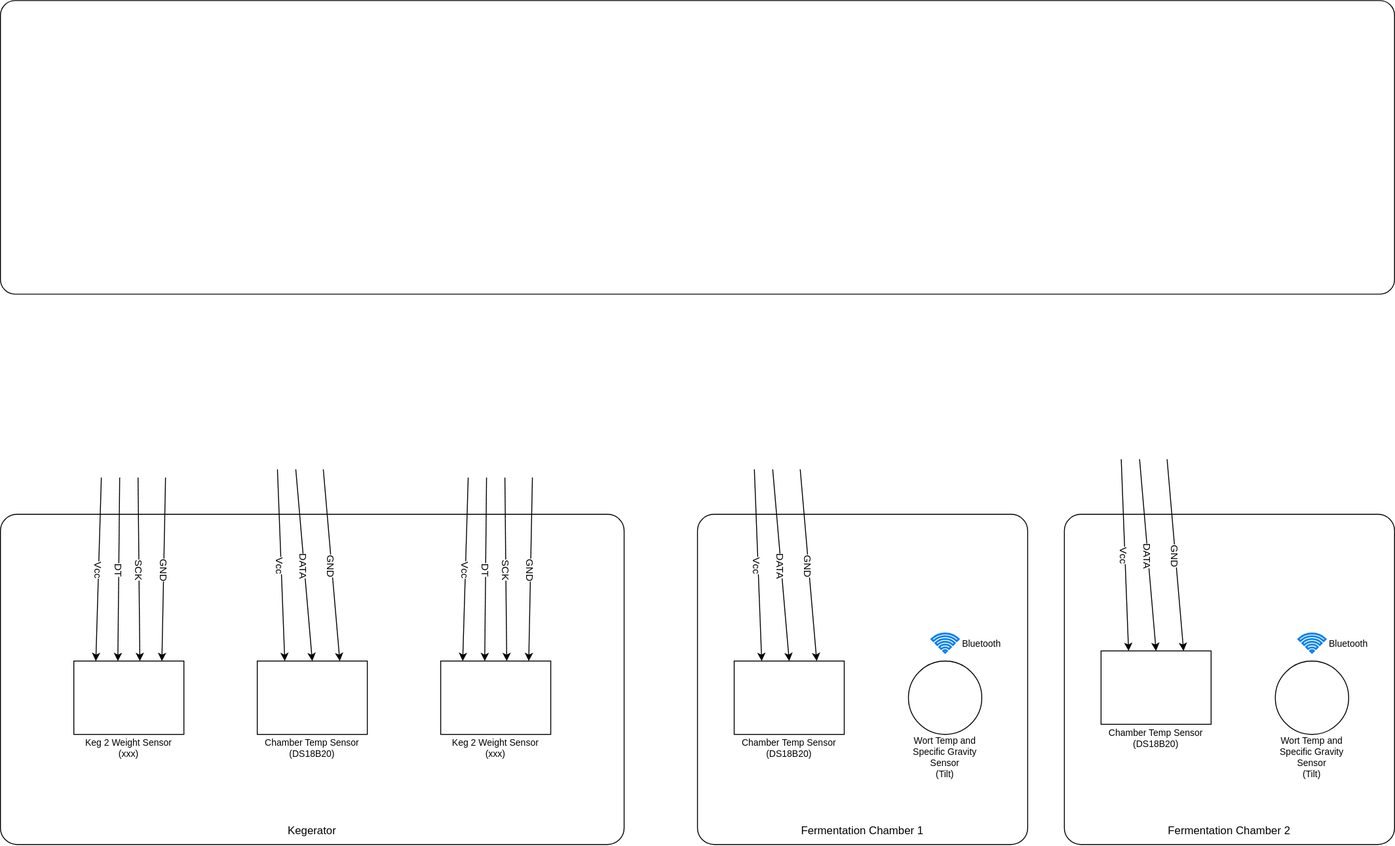
This is BreweryMonitor.drawio.svg from austinshinkle/OB_BreweryMonitor, a draw.io export, as it was before one commit. Source tidied: cells renumbered, new cells last; positions are measured from the earlier drawing's top-left corner, leaving out a move shared by most shapes.
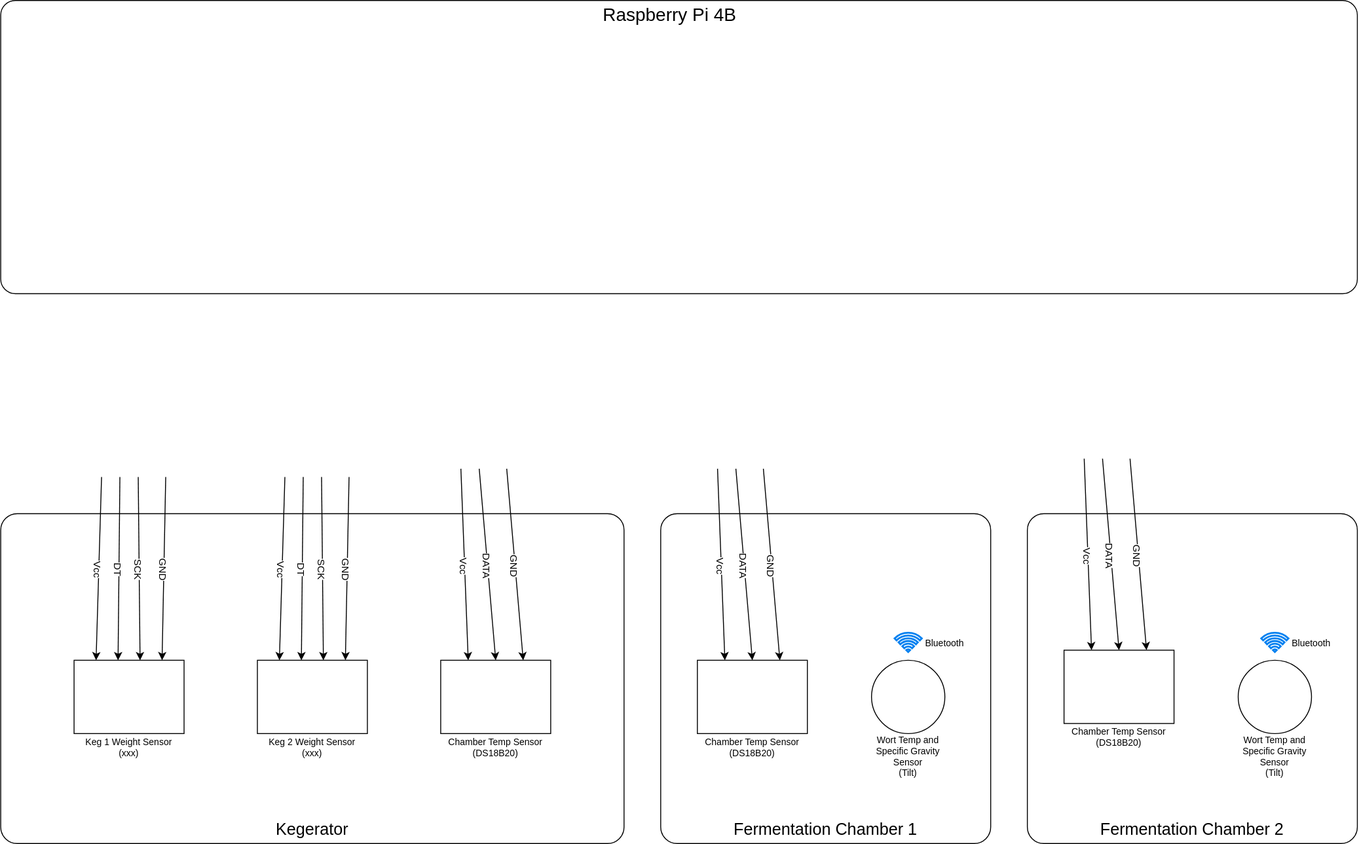
Above is the later version.

Change to the diagram source:
```diff
@@ -3,19 +3,19 @@
     <mxCell id="0" />
     <mxCell id="1" parent="0" />
     <mxCell id="2" style="rounded=1;whiteSpace=wrap;html=1;arcSize=5;" parent="1" vertex="1">
-      <mxGeometry y="560" width="680" height="360" as="geometry" />
+      <mxGeometry x="40" y="560" width="680" height="360" as="geometry" />
     </mxCell>
     <mxCell id="3" style="rounded=1;whiteSpace=wrap;html=1;arcSize=5;" parent="1" vertex="1">
       <mxGeometry x="1160" y="560" width="360" height="360" as="geometry" />
     </mxCell>
-    <mxCell id="4" value="Fermentation Chamber 2" style="text;html=1;align=center;verticalAlign=middle;whiteSpace=wrap;rounded=0;" parent="1" vertex="1">
+    <mxCell id="4" value="Fermentation Chamber 2" style="text;html=1;align=center;verticalAlign=middle;whiteSpace=wrap;rounded=0;fontSize=18;" parent="1" vertex="1">
       <mxGeometry x="1230" y="890" width="220" height="30" as="geometry" />
     </mxCell>
     <mxCell id="5" style="rounded=0;whiteSpace=wrap;html=1;points=[[0,0,0,0,0],[0,0.25,0,0,0],[0,0.5,0,0,0],[0,0.75,0,0,0],[0,1,0,0,0],[0.2,0,0,0,0],[0.25,1,0,0,0],[0.4,0,0,0,0],[0.5,1,0,0,0],[0.6,0,0,0,0],[0.75,1,0,0,0],[0.8,0,0,0,0],[1,0,0,0,0],[1,0.25,0,0,0],[1,0.5,0,0,0],[1,0.75,0,0,0],[1,1,0,0,0]];" parent="1" vertex="1">
-      <mxGeometry x="480" y="720" width="120" height="80" as="geometry" />
+      <mxGeometry x="320" y="720" width="120" height="80" as="geometry" />
     </mxCell>
     <mxCell id="6" value="&lt;div&gt;Keg 2 Weight Sensor&lt;/div&gt;&lt;div&gt;(xxx)&lt;br&gt;&lt;/div&gt;" style="text;html=1;align=center;verticalAlign=middle;whiteSpace=wrap;rounded=0;fontSize=10;" parent="1" vertex="1">
-      <mxGeometry x="480" y="800" width="120" height="30" as="geometry" />
+      <mxGeometry x="320" y="800" width="120" height="30" as="geometry" />
     </mxCell>
     <mxCell id="7" style="ellipse;whiteSpace=wrap;html=1;" parent="1" vertex="1">
       <mxGeometry x="1390" y="720" width="80" height="80" as="geometry" />
@@ -31,7 +31,7 @@
     </mxCell>
     <mxCell id="11" style="endArrow=classic;html=1;rounded=0;entryX=0.2;entryY=0;entryDx=0;entryDy=0;entryPerimeter=0;" parent="1" edge="1" target="5">
       <mxGeometry relative="1" as="geometry">
-        <mxPoint x="510" y="520" as="sourcePoint" />
+        <mxPoint x="350" y="520" as="sourcePoint" />
       </mxGeometry>
     </mxCell>
     <mxCell id="12" value="Vcc" style="edgeLabel;html=1;align=center;verticalAlign=middle;rotation=90;" parent="11" vertex="1">
@@ -39,7 +39,7 @@
     </mxCell>
     <mxCell id="13" style="endArrow=classic;html=1;rounded=0;entryX=0.8;entryY=0;entryDx=0;entryDy=0;entryPerimeter=0;" parent="1" edge="1" target="5">
       <mxGeometry relative="1" as="geometry">
-        <mxPoint x="580" y="520" as="sourcePoint" />
+        <mxPoint x="420" y="520" as="sourcePoint" />
       </mxGeometry>
     </mxCell>
     <mxCell id="14" value="GND" style="edgeLabel;html=1;align=center;verticalAlign=middle;rotation=90;" parent="13" vertex="1">
@@ -47,7 +47,7 @@
     </mxCell>
     <mxCell id="15" style="endArrow=classic;html=1;rounded=0;entryX=0.4;entryY=0;entryDx=0;entryDy=0;entryPerimeter=0;" parent="1" edge="1" target="5">
       <mxGeometry relative="1" as="geometry">
-        <mxPoint x="530" y="520" as="sourcePoint" />
+        <mxPoint x="370" y="520" as="sourcePoint" />
       </mxGeometry>
     </mxCell>
     <mxCell id="16" value="DT" style="edgeLabel;html=1;align=center;verticalAlign=middle;rotation=90;" parent="15" vertex="1">
@@ -55,7 +55,7 @@
     </mxCell>
     <mxCell id="17" style="endArrow=classic;html=1;rounded=0;entryX=0.6;entryY=0;entryDx=0;entryDy=0;entryPerimeter=0;" parent="1" edge="1" target="5">
       <mxGeometry relative="1" as="geometry">
-        <mxPoint x="550" y="520" as="sourcePoint" />
+        <mxPoint x="390" y="520" as="sourcePoint" />
       </mxGeometry>
     </mxCell>
     <mxCell id="18" value="SCK" style="edgeLabel;html=1;align=center;verticalAlign=middle;rotation=90;" parent="17" vertex="1">
@@ -64,11 +64,11 @@
     <mxCell id="19" style="rounded=1;whiteSpace=wrap;html=1;arcSize=5;" parent="1" vertex="1">
       <mxGeometry x="760" y="560" width="360" height="360" as="geometry" />
     </mxCell>
-    <mxCell id="20" value="Fermentation Chamber 1" style="text;html=1;align=center;verticalAlign=middle;whiteSpace=wrap;rounded=0;" parent="1" vertex="1">
+    <mxCell id="20" value="Fermentation Chamber 1" style="text;html=1;align=center;verticalAlign=middle;whiteSpace=wrap;rounded=0;fontSize=18;" parent="1" vertex="1">
       <mxGeometry x="830" y="890" width="220" height="30" as="geometry" />
     </mxCell>
     <mxCell id="21" style="rounded=0;whiteSpace=wrap;html=1;points=[[0,0,0,0,0],[0,0.25,0,0,0],[0,0.5,0,0,0],[0,0.75,0,0,0],[0,1,0,0,0],[0.2,0,0,0,0],[0.25,1,0,0,0],[0.4,0,0,0,0],[0.5,1,0,0,0],[0.6,0,0,0,0],[0.75,1,0,0,0],[0.8,0,0,0,0],[1,0,0,0,0],[1,0.25,0,0,0],[1,0.5,0,0,0],[1,0.75,0,0,0],[1,1,0,0,0]];" parent="1" vertex="1">
-      <mxGeometry x="80" y="720" width="120" height="80" as="geometry" />
+      <mxGeometry x="120" y="720" width="120" height="80" as="geometry" />
     </mxCell>
     <mxCell id="22" style="ellipse;whiteSpace=wrap;html=1;" parent="1" vertex="1">
       <mxGeometry x="990" y="720" width="80" height="80" as="geometry" />
@@ -84,7 +84,7 @@
     </mxCell>
     <mxCell id="26" style="endArrow=classic;html=1;rounded=0;entryX=0.2;entryY=0;entryDx=0;entryDy=0;entryPerimeter=0;" parent="1" edge="1" target="21">
       <mxGeometry relative="1" as="geometry">
-        <mxPoint x="110" y="520" as="sourcePoint" />
+        <mxPoint x="150" y="520" as="sourcePoint" />
       </mxGeometry>
     </mxCell>
     <mxCell id="27" value="Vcc" style="edgeLabel;html=1;align=center;verticalAlign=middle;rotation=90;" parent="26" vertex="1">
@@ -92,7 +92,7 @@
     </mxCell>
     <mxCell id="28" style="endArrow=classic;html=1;rounded=0;entryX=0.8;entryY=0;entryDx=0;entryDy=0;entryPerimeter=0;" parent="1" edge="1" target="21">
       <mxGeometry relative="1" as="geometry">
-        <mxPoint x="180" y="520" as="sourcePoint" />
+        <mxPoint x="220" y="520" as="sourcePoint" />
       </mxGeometry>
     </mxCell>
     <mxCell id="29" value="GND" style="edgeLabel;html=1;align=center;verticalAlign=middle;rotation=90;" parent="28" vertex="1">
@@ -100,7 +100,7 @@
     </mxCell>
     <mxCell id="30" style="endArrow=classic;html=1;rounded=0;entryX=0.4;entryY=0;entryDx=0;entryDy=0;entryPerimeter=0;" parent="1" edge="1" target="21">
       <mxGeometry relative="1" as="geometry">
-        <mxPoint x="130" y="520" as="sourcePoint" />
+        <mxPoint x="170" y="520" as="sourcePoint" />
       </mxGeometry>
     </mxCell>
     <mxCell id="31" value="DT" style="edgeLabel;html=1;align=center;verticalAlign=middle;rotation=90;" parent="30" vertex="1">
@@ -108,17 +108,17 @@
     </mxCell>
     <mxCell id="32" style="endArrow=classic;html=1;rounded=0;entryX=0.6;entryY=0;entryDx=0;entryDy=0;entryPerimeter=0;" parent="1" edge="1" target="21">
       <mxGeometry relative="1" as="geometry">
-        <mxPoint x="150" y="520" as="sourcePoint" />
+        <mxPoint x="190" y="520" as="sourcePoint" />
       </mxGeometry>
     </mxCell>
     <mxCell id="33" value="SCK" style="edgeLabel;html=1;align=center;verticalAlign=middle;rotation=90;" parent="32" vertex="1">
       <mxGeometry relative="1" as="geometry" />
     </mxCell>
     <mxCell id="34" style="rounded=1;whiteSpace=wrap;html=1;arcSize=5;" parent="1" vertex="1">
-      <mxGeometry width="1520" height="320" as="geometry" />
+      <mxGeometry x="40" width="1480" height="320" as="geometry" />
     </mxCell>
-    <mxCell id="35" value="Kegerator" style="text;html=1;align=center;verticalAlign=middle;whiteSpace=wrap;rounded=0;" parent="1" vertex="1">
-      <mxGeometry x="230" y="890" width="220" height="30" as="geometry" />
+    <mxCell id="35" value="Kegerator" style="text;html=1;align=center;verticalAlign=middle;whiteSpace=wrap;rounded=0;fontSize=18;" parent="1" vertex="1">
+      <mxGeometry x="270" y="890" width="220" height="30" as="geometry" />
     </mxCell>
     <mxCell id="36" style="rounded=0;whiteSpace=wrap;html=1;" parent="1" vertex="1">
       <mxGeometry x="800" y="720" width="120" height="80" as="geometry" />
@@ -150,18 +150,18 @@
     <mxCell id="43" value="DATA" style="edgeLabel;html=1;align=center;verticalAlign=middle;rotation=90;" parent="42" vertex="1">
       <mxGeometry relative="1" as="geometry" />
     </mxCell>
-    <mxCell id="44" value="&lt;div&gt;Keg 2 Weight Sensor&lt;/div&gt;&lt;div&gt;(xxx)&lt;br&gt;&lt;/div&gt;" style="text;html=1;align=center;verticalAlign=middle;whiteSpace=wrap;rounded=0;fontSize=10;" parent="1" vertex="1">
-      <mxGeometry x="80" y="800" width="120" height="30" as="geometry" />
+    <mxCell id="44" value="&lt;div&gt;Keg 1 Weight Sensor&lt;/div&gt;&lt;div&gt;(xxx)&lt;br&gt;&lt;/div&gt;" style="text;html=1;align=center;verticalAlign=middle;whiteSpace=wrap;rounded=0;fontSize=10;" parent="1" vertex="1">
+      <mxGeometry x="120" y="800" width="120" height="30" as="geometry" />
     </mxCell>
     <mxCell id="45" style="rounded=0;whiteSpace=wrap;html=1;" parent="1" vertex="1">
-      <mxGeometry x="280" y="720" width="120" height="80" as="geometry" />
+      <mxGeometry x="520" y="720" width="120" height="80" as="geometry" />
     </mxCell>
     <mxCell id="46" value="&lt;div&gt;Chamber Temp Sensor&lt;/div&gt;&lt;div&gt;(DS18B20)&lt;br&gt;&lt;/div&gt;" style="text;html=1;align=center;verticalAlign=middle;whiteSpace=wrap;rounded=0;fontSize=10;" parent="1" vertex="1">
-      <mxGeometry x="280" y="800" width="120" height="30" as="geometry" />
+      <mxGeometry x="520" y="800" width="120" height="30" as="geometry" />
     </mxCell>
     <mxCell id="47" style="endArrow=classic;html=1;rounded=0;entryX=0.75;entryY=0;entryDx=0;entryDy=0;" parent="1" edge="1" target="45">
       <mxGeometry relative="1" as="geometry">
-        <mxPoint x="352" y="511" as="sourcePoint" />
+        <mxPoint x="592" y="511" as="sourcePoint" />
       </mxGeometry>
     </mxCell>
     <mxCell id="48" value="GND" style="edgeLabel;html=1;align=center;verticalAlign=middle;rotation=90;" parent="47" vertex="1">
@@ -169,7 +169,7 @@
     </mxCell>
     <mxCell id="49" style="endArrow=classic;html=1;rounded=0;entryX=0.25;entryY=0;entryDx=0;entryDy=0;" parent="1" edge="1" target="45">
       <mxGeometry relative="1" as="geometry">
-        <mxPoint x="302" y="511" as="sourcePoint" />
+        <mxPoint x="542" y="511" as="sourcePoint" />
       </mxGeometry>
     </mxCell>
     <mxCell id="50" value="Vcc" style="edgeLabel;html=1;align=center;verticalAlign=middle;rotation=90;" parent="49" vertex="1">
@@ -177,7 +177,7 @@
     </mxCell>
     <mxCell id="51" style="endArrow=classic;html=1;rounded=0;entryX=0.5;entryY=0;entryDx=0;entryDy=0;" parent="1" edge="1" target="45">
       <mxGeometry relative="1" as="geometry">
-        <mxPoint x="322" y="511" as="sourcePoint" />
+        <mxPoint x="562" y="511" as="sourcePoint" />
       </mxGeometry>
     </mxCell>
     <mxCell id="52" value="DATA" style="edgeLabel;html=1;align=center;verticalAlign=middle;rotation=90;" parent="51" vertex="1">
@@ -213,5 +213,8 @@
     <mxCell id="60" value="DATA" style="edgeLabel;html=1;align=center;verticalAlign=middle;rotation=90;" parent="59" vertex="1">
       <mxGeometry relative="1" as="geometry" />
     </mxCell>
+    <mxCell id="61" value="Raspberry Pi 4B" style="text;html=1;align=center;verticalAlign=middle;whiteSpace=wrap;rounded=0;fontSize=20;" parent="1" vertex="1">
+      <mxGeometry x="660" width="220" height="30" as="geometry" />
+    </mxCell>
   </root>
 </mxGraphModel>
```
